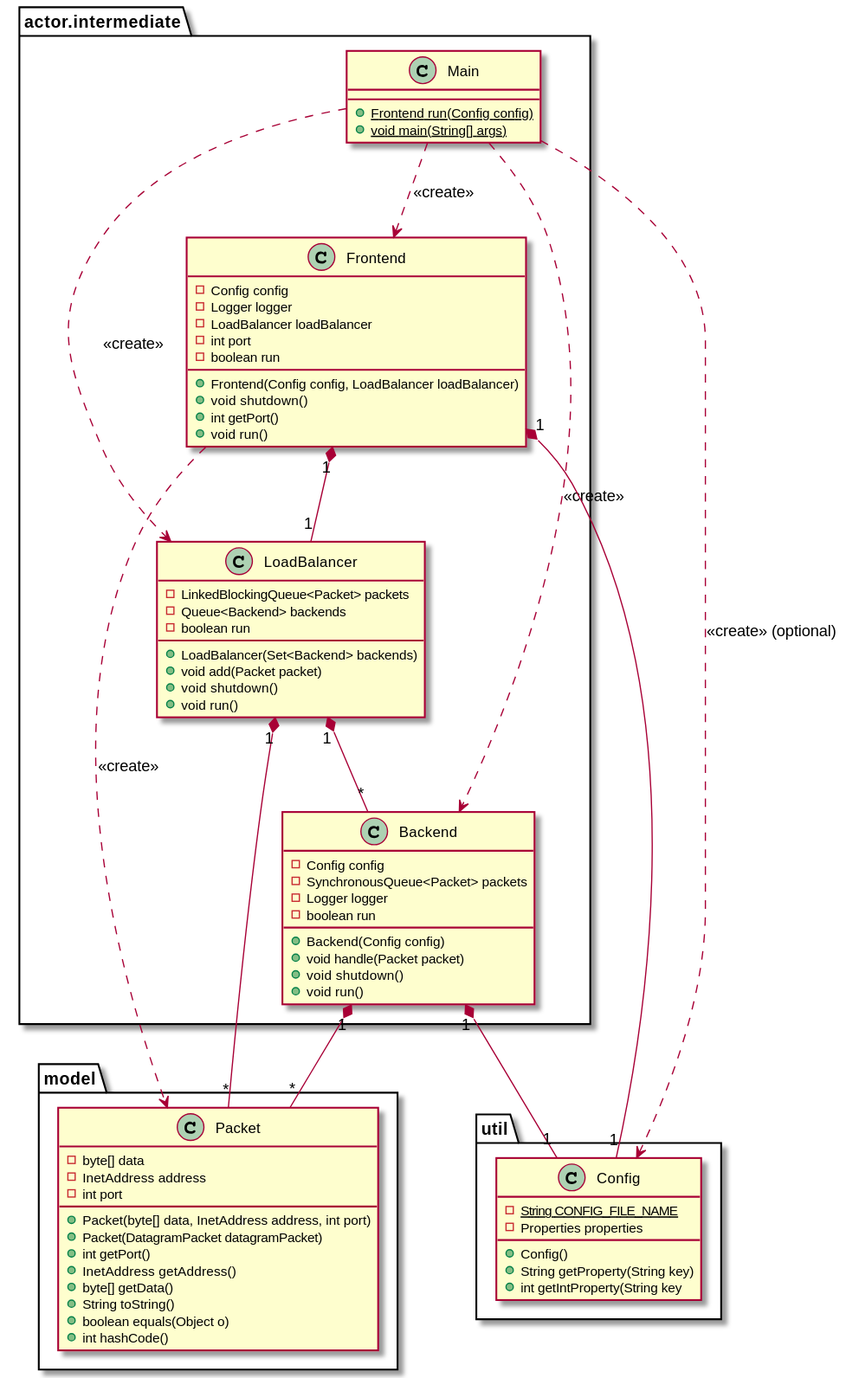
Daniel-W-Innes/SYSC3303-A2 keeps this PlantUML diagram as doc/diagrams/class_diagram_proxy-0.svg. Above is the earlier version. The source it was exported from:
```plantuml
@startuml

!include class_diagram_config.puml

class actor.intermediate.Backend{
 - Config config
 - SynchronousQueue<Packet> packets
 - Logger logger
 - boolean run
 + Backend(Config config)
 + void handle(Packet packet)
 + void shutdown()
 + void run()
}
class actor.intermediate.LoadBalancer{
 - LinkedBlockingQueue<Packet> packets
 - Queue<Backend> backends
 - boolean run
 + LoadBalancer(Set<Backend> backends)
 + void add(Packet packet)
 + void shutdown()
 + void run()
}
class actor.intermediate.Frontend{
 - Config config
 - Logger logger
 - LoadBalancer loadBalancer
 - int port
 - boolean run
 + Frontend(Config config, LoadBalancer loadBalancer)
 + void shutdown()
 + int getPort()
 + void run()
}
class actor.intermediate.Main{
 {static} + Frontend run(Config config)
 {static} + void main(String[] args)
}

class model.Packet{
 - byte[] data
 - InetAddress address
 - int port
 + Packet(byte[] data, InetAddress address, int port)
 + Packet(DatagramPacket datagramPacket)
 + int getPort()
 + InetAddress getAddress()
 + byte[] getData()
 + String toString()
 + boolean equals(Object o)
 + int hashCode()
}

actor.intermediate.Main ..> actor.intermediate.Backend: "<<create>>"
actor.intermediate.Main ..> actor.intermediate.LoadBalancer: "<<create>>"
actor.intermediate.Main ..> actor.intermediate.Frontend: "<<create>>"


actor.intermediate.Main ..> util.Config: "<<create>> (optional)"
actor.intermediate.Frontend ..> model.Packet: "<<create>>"

actor.intermediate.Backend "1" *-- "1" util.Config
actor.intermediate.Frontend "1" *-- "1" util.Config

actor.intermediate.Frontend "1" *-- "1" actor.intermediate.LoadBalancer
actor.intermediate.LoadBalancer "1" *-- "*" actor.intermediate.Backend

actor.intermediate.LoadBalancer "1" *-- "*" model.Packet
actor.intermediate.Backend "1" *-- "*" model.Packet

@enduml
```
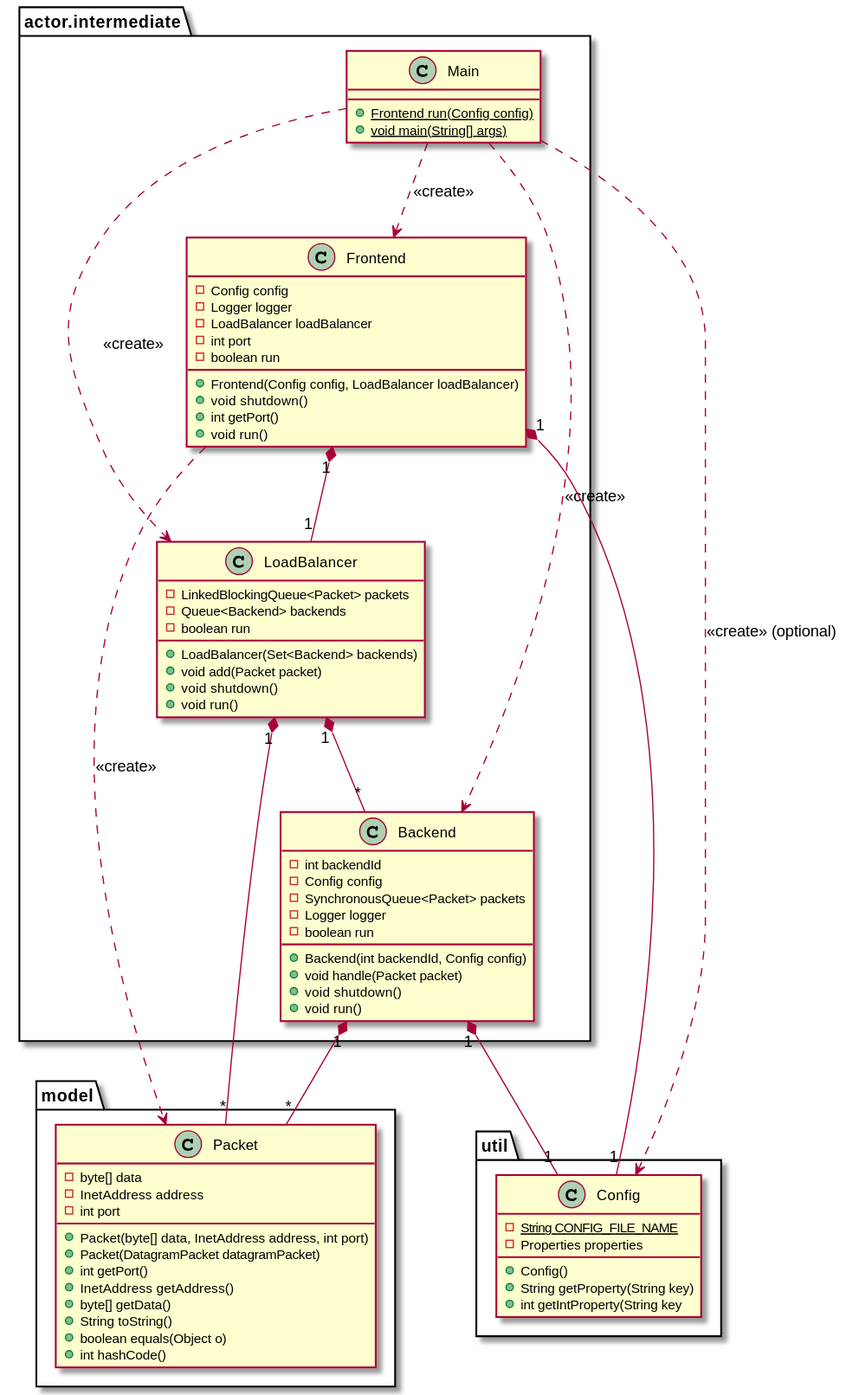
The same diagram one commit later.

What changed in the source:
```diff
@@ -3,11 +3,12 @@
 !include class_diagram_config.puml
 
 class actor.intermediate.Backend{
+ - int backendId
  - Config config
  - SynchronousQueue<Packet> packets
  - Logger logger
  - boolean run
- + Backend(Config config)
+ + Backend(int backendId, Config config)
  + void handle(Packet packet)
  + void shutdown()
  + void run()
```
